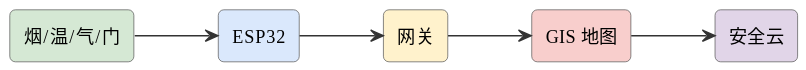
Before: assets/diagrams/ideas-fig111.svg, a diagram exported from PlantUML (mingyi0818/IntelligentMcuCourse).
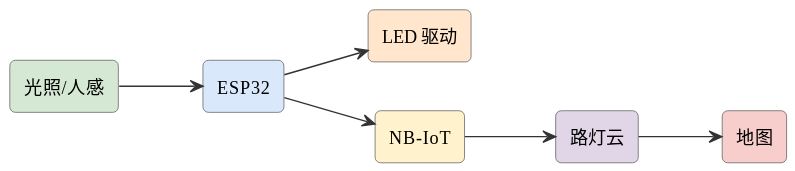
Above is the later version.

What changed in the source:
```diff
@@ -6,13 +6,15 @@
 skinparam arrowFontSize 11
 skinparam arrowColor #333
 left to right direction
-rectangle "烟/温/气/门" as s #d5e8d4
+rectangle "光照/人感" as s #d5e8d4
 rectangle "ESP32" as esp #dae8fc
-rectangle "网关" as gw #fff2cc
-rectangle "GIS 地图" as gis #f8cecc
-rectangle "安全云" as cloud #e1d5e8
+rectangle "LED 驱动" as led #ffe6cc
+rectangle "NB-IoT" as nb #fff2cc
+rectangle "路灯云" as cloud #e1d5e8
+rectangle "地图" as map #f8cecc
 s --> esp
-esp --> gw
-gw --> gis
-gis --> cloud
+esp --> led
+esp --> nb
+nb --> cloud
+cloud --> map
 @enduml
```
